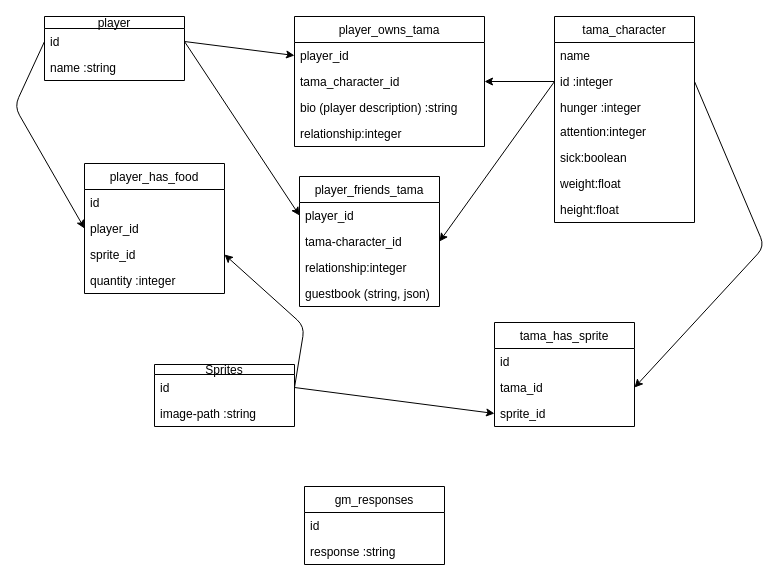
The draw.io diagram project-management/diagrams/erd.drawio in circuitsunfish/tamagotchi, before the edit. Source tidied: cells renumbered, new cells numbered last; positions are measured from the earlier drawing's top-left corner, leaving out a move shared by most shapes. Both pictures are drawn from the tidied source at 100%, with x=0, y=0 at pixel (14, 16).
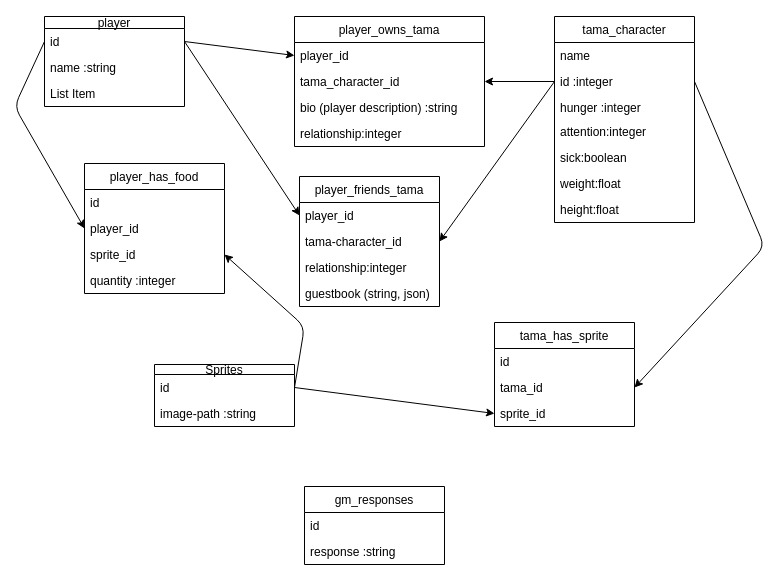
The same diagram, later.

Change to the diagram source:
```diff
@@
     <mxCell id="10" value="player" style="swimlane;fontStyle=0;horizontal=1;startSize=12;fillColor=none;" parent="1" vertex="1">
-      <mxGeometry x="30" width="140" height="64" as="geometry" />
+      <mxGeometry x="30" width="140" height="90" as="geometry" />
     </mxCell>
@@
+    <mxCell id="46" value="List Item" style="text;strokeColor=none;fillColor=none;align=left;verticalAlign=top;spacingLeft=4;spacingRight=4;overflow=hidden;" parent="10" vertex="1">
+      <mxGeometry y="64" width="140" height="26" as="geometry" />
+    </mxCell>
```
